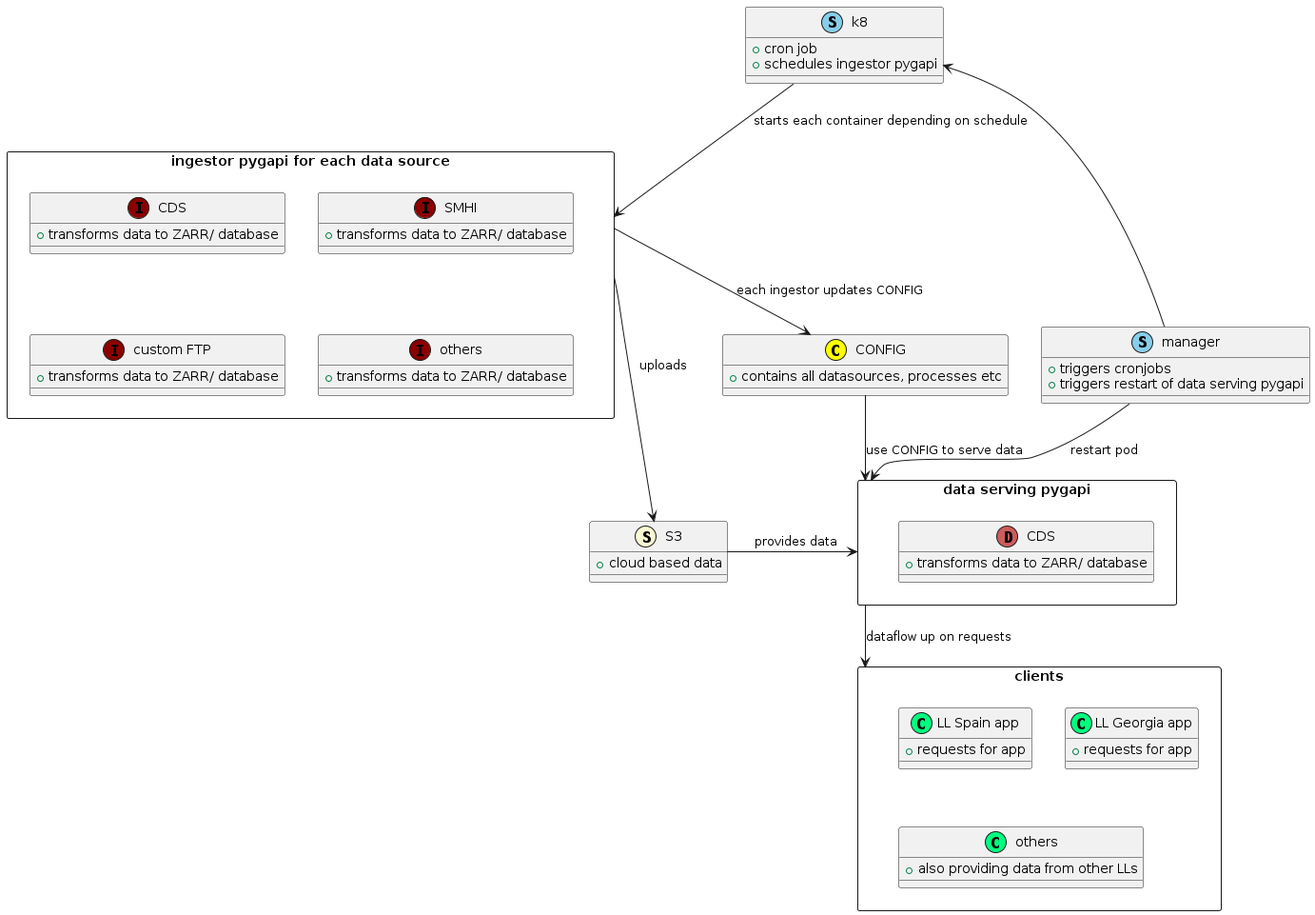
Before: img/ ingestor.png, a diagram exported from PlantUML (icisk/pygeoapi_ingestor). The source it was exported from:
```plantuml
@startuml icisk/ ingestor

entity "k8" <<(S, SkyBlue)>> {
  + cron job
  + schedules ingestor pygapi
}
entity "manager" <<(S, SkyBlue)>> {
  + triggers cronjobs
  + triggers restart of data serving pygapi
}

rectangle "ingestor pygapi for each data source" as ingestor {
    entity "CDS" <<(I, DarkRed)>> {
        + transforms data to ZARR/ database
    }
    entity "SMHI" <<(I, DarkRed)>> {
        + transforms data to ZARR/ database
    }
    entity "custom FTP" <<(I, DarkRed)>> {
        + transforms data to ZARR/ database
    }
    entity "others..." <<(I, DarkRed)>> {
        + transforms data to ZARR/ database
    }
}

entity "S3" <<(S, LightGoldenRodYellow)>> {
  + cloud based data
}

entity "CONFIG" <<(C, Yellow)>> {
  + contains all datasources, processes etc
}

rectangle "data serving pygapi" as dataserv {
    entity "CDS" <<(D, IndianRed)>> {
        + transforms data to ZARR/ database
    }
}

rectangle "clients" as clients {
    entity "LL Spain app" <<(C, SpringGreen)>> {
        + requests for app
    }
    entity "LL Georgia app" <<(C, SpringGreen)>> {
        + requests for app
    }
    entity "others..." <<(C, SpringGreen)>> {
        + also providing data from other LLs
    }
}

manager --> dataserv : restart pod
manager -l-> k8
k8 --> ingestor : starts each container depending on schedule
ingestor --> CONFIG : each ingestor updates CONFIG
ingestor -d-> S3 : uploads
CONFIG --> dataserv : use CONFIG to serve data
S3 -> dataserv : provides data
dataserv --> clients : dataflow up on requests

@enduml
```
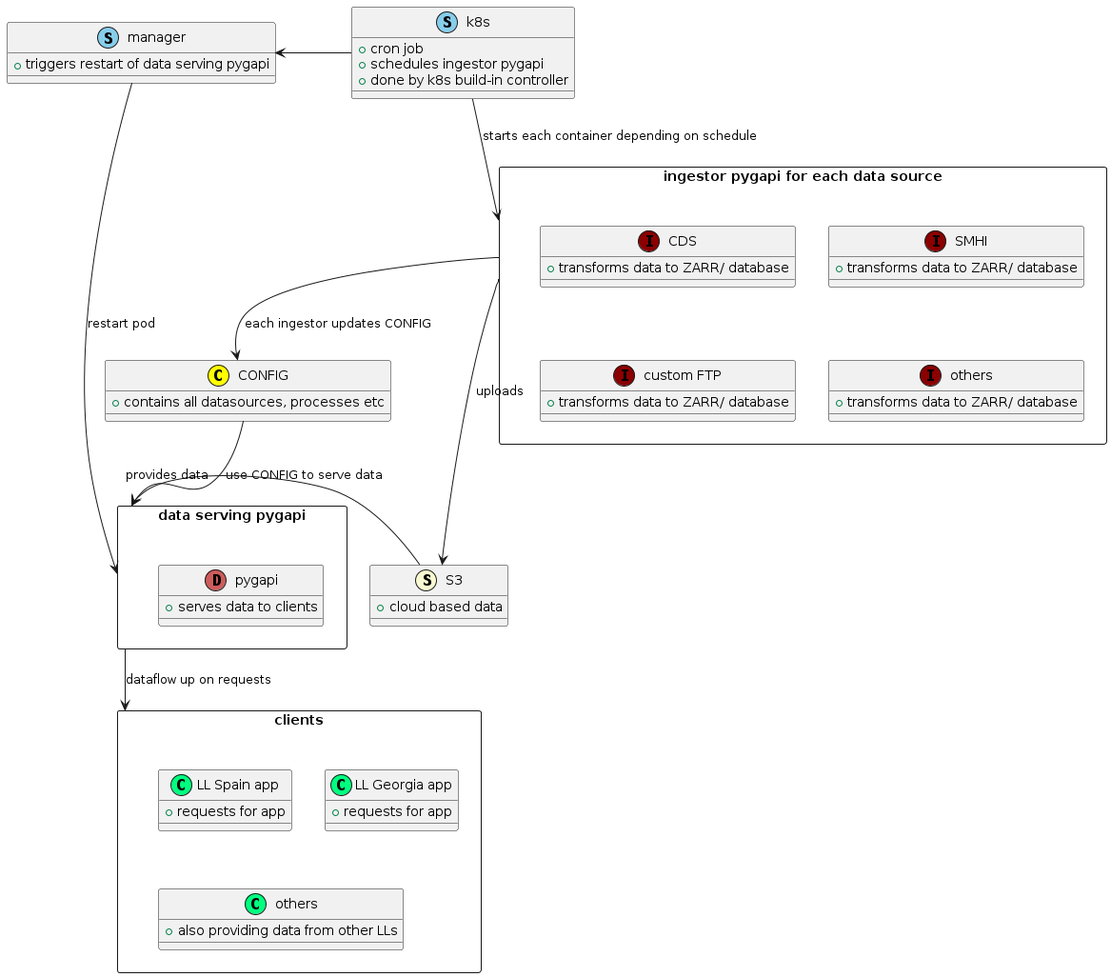
The same diagram one commit later.

The edit, as a diff of the source:
```diff
@@ -1,11 +1,11 @@
 @startuml icisk/ ingestor
 
-entity "k8" <<(S, SkyBlue)>> {
+entity "k8s" <<(S, SkyBlue)>> {
   + cron job
   + schedules ingestor pygapi
+  + done by k8s build-in controller
 }
 entity "manager" <<(S, SkyBlue)>> {
-  + triggers cronjobs
   + triggers restart of data serving pygapi
 }
 
@@ -33,8 +33,8 @@
 }
 
 rectangle "data serving pygapi" as dataserv {
-    entity "CDS" <<(D, IndianRed)>> {
-        + transforms data to ZARR/ database
+    entity "pygapi" <<(D, IndianRed)>> {
+        + serves data to clients
     }
 }
 
@@ -51,8 +51,8 @@
 }
 
 manager --> dataserv : restart pod
-manager -l-> k8
-k8 --> ingestor : starts each container depending on schedule
+k8s -l-> manager
+k8s --> ingestor : starts each container depending on schedule
 ingestor --> CONFIG : each ingestor updates CONFIG
 ingestor -d-> S3 : uploads
 CONFIG --> dataserv : use CONFIG to serve data
```
